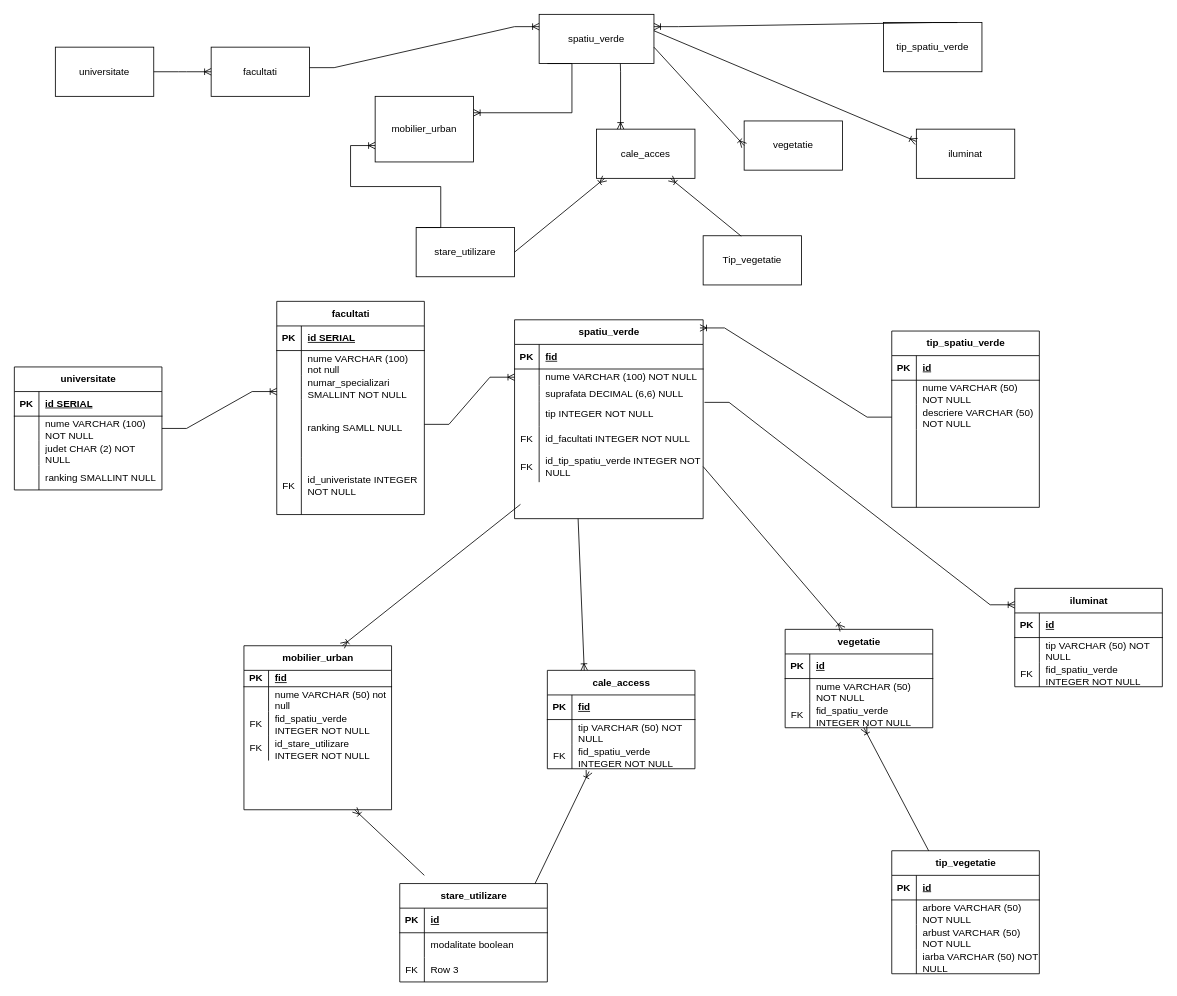
This is Diagramă fără titlu.drawio from andromeda1991/first_db_project, a draw.io file, before an edit. Source tidied: cells renumbered, new cells numbered last; positions are measured from the earlier drawing's top-left corner, leaving out a move shared by most shapes. Both pictures are drawn from the tidied source at 82%, with x=0, y=0 at pixel (14, 14).
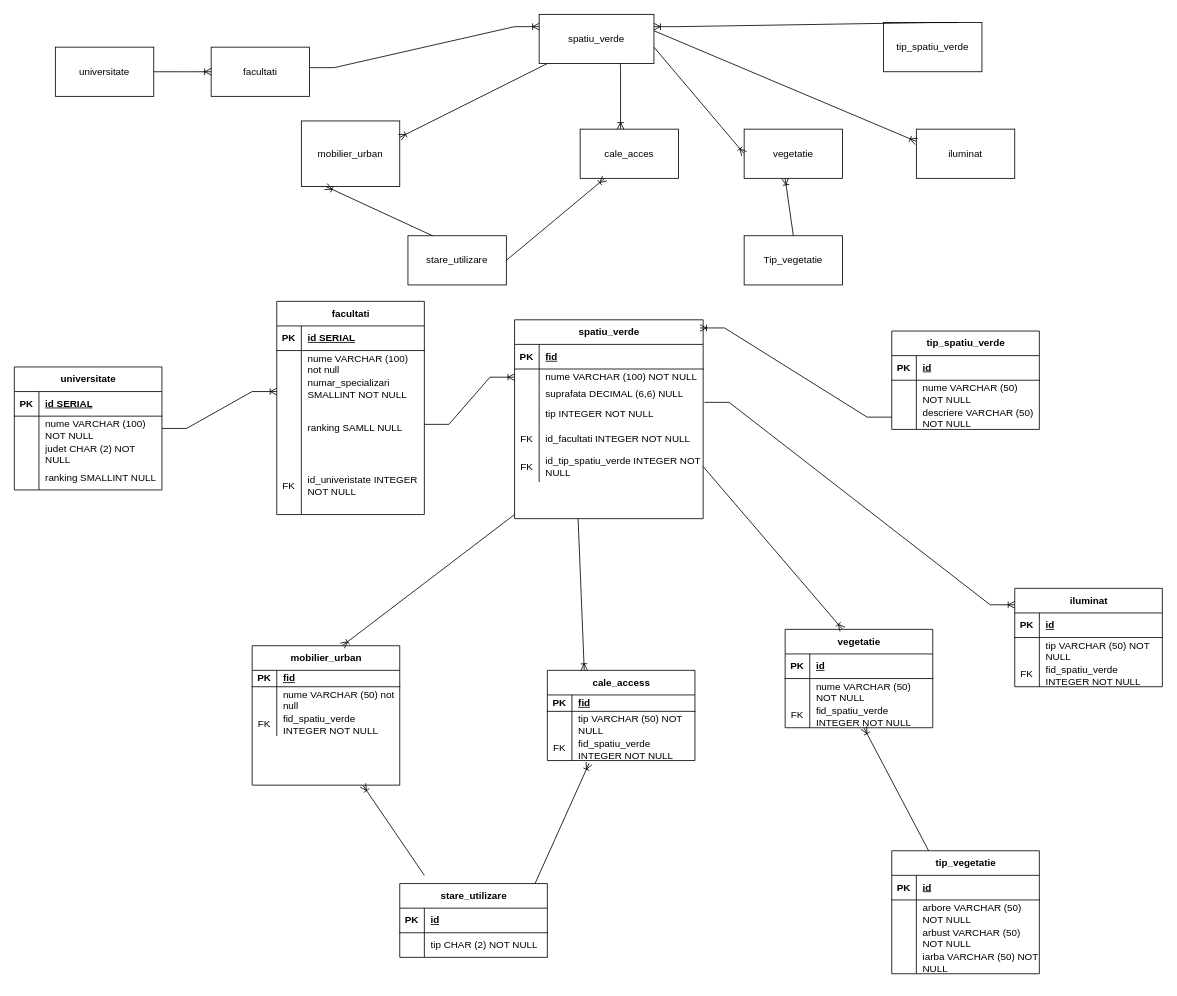
The same page after the edit.

The change refers to these unchanged cells:
```xml
<mxCell id="150" style="shape=tableRow;horizontal=0;startSize=0;swimlaneHead=0;swimlaneBody=0;fillColor=none;top=0;left=0;right=0;bottom=0;" parent="146" vertex="1">
  <mxGeometry y="60" width="180" height="30" as="geometry" />
</mxCell>
```

Change to the diagram source:
```diff
@@
     <mxCell id="3" value="Tip_vegetatie" style="rounded=0;whiteSpace=wrap;html=1;" parent="1" vertex="1">
-      <mxGeometry x="840" y="270" width="120" height="60" as="geometry" />
+      <mxGeometry x="890" y="270" width="120" height="60" as="geometry" />
     </mxCell>
@@
     <mxCell id="6" value="vegetatie" style="rounded=0;whiteSpace=wrap;html=1;" parent="1" vertex="1">
-      <mxGeometry x="890" y="130" width="120" height="60" as="geometry" />
+      <mxGeometry x="890" y="140" width="120" height="60" as="geometry" />
     </mxCell>
@@
+    <mxCell id="159" style="edgeStyle=orthogonalEdgeStyle;rounded=0;jettySize=auto;html=1;exitX=1;exitY=0.5;exitDx=0;exitDy=0;" parent="1" edge="1" source="8">
+      <mxGeometry relative="1" as="geometry">
+        <mxPoint x="800.3" y="170" as="targetPoint" />
+      </mxGeometry>
+    </mxCell>
     <mxCell id="8" value="cale_acces" style="rounded=0;whiteSpace=wrap;html=1;" parent="1" vertex="1">
-      <mxGeometry x="710" y="140" width="120" height="60" as="geometry" />
+      <mxGeometry x="690" y="140" width="120" height="60" as="geometry" />
     </mxCell>
     <mxCell id="9" value="mobilier_urban" style="rounded=0;whiteSpace=wrap;html=1;" parent="1" vertex="1">
-      <mxGeometry x="440" y="100" width="120" height="80" as="geometry" />
+      <mxGeometry x="350" y="130" width="120" height="80" as="geometry" />
     </mxCell>
     <mxCell id="10" value="stare_utilizare" style="rounded=0;whiteSpace=wrap;html=1;" parent="1" vertex="1">
-      <mxGeometry x="490" y="260" width="120" height="60" as="geometry" />
+      <mxGeometry x="480" y="270" width="120" height="60" as="geometry" />
     </mxCell>
@@
     <mxCell id="67" value="tip_spatiu_verde" style="shape=table;startSize=30;childLayout=tableLayout;rowLines=0;fontStyle=1;align=center;html=1;" parent="1" vertex="1">
-      <mxGeometry x="1070" y="386.2" width="180" height="215" as="geometry" />
+      <mxGeometry x="1070" y="386.2" width="180" height="120" as="geometry" />
     </mxCell>
@@
-    <mxCell id="77" style="shape=tableRow;horizontal=0;startSize=0;swimlaneHead=0;swimlaneBody=0;fillColor=none;top=0;left=0;right=0;bottom=0;" parent="67" vertex="1">
-      <mxGeometry y="120" width="180" height="95" as="geometry" />
-    </mxCell>
-    <mxCell id="78" style="shape=partialRectangle;fillColor=none;top=0;left=0;bottom=0;right=0;overflow=hidden;whiteSpace=wrap;html=1;" parent="77" vertex="1">
-      <mxGeometry width="30" height="95" as="geometry" />
-    </mxCell>
-    <mxCell id="79" style="shape=partialRectangle;fillColor=none;top=0;left=0;bottom=0;right=0;align=left;spacingLeft=6;overflow=hidden;whiteSpace=wrap;html=1;" parent="77" vertex="1">
-      <mxGeometry x="30" width="150" height="95" as="geometry" />
-    </mxCell>
@@
     <mxCell id="81" value="mobilier_urban" style="shape=table;startSize=30;childLayout=tableLayout;rowLines=0;fontStyle=1;align=center;html=1;" parent="1" vertex="1">
-      <mxGeometry x="280" y="770" width="180" height="200" as="geometry" />
+      <mxGeometry x="290" y="770" width="180" height="170" as="geometry" />
     </mxCell>
@@
-    <mxCell id="91" style="shape=tableRow;horizontal=0;startSize=0;swimlaneHead=0;swimlaneBody=0;fillColor=none;top=0;left=0;right=0;bottom=0;" parent="81" vertex="1">
-      <mxGeometry y="110" width="180" height="30" as="geometry" />
-    </mxCell>
-    <mxCell id="92" value="FK" style="shape=partialRectangle;fillColor=none;top=0;left=0;bottom=0;right=0;overflow=hidden;whiteSpace=wrap;html=1;" parent="91" vertex="1">
-      <mxGeometry width="30" height="30" as="geometry" />
-    </mxCell>
-    <mxCell id="93" value="id_stare_utilizare INTEGER NOT NULL" style="shape=partialRectangle;fillColor=none;top=0;left=0;bottom=0;right=0;align=left;spacingLeft=6;overflow=hidden;whiteSpace=wrap;html=1;" parent="91" vertex="1">
-      <mxGeometry x="30" width="150" height="30" as="geometry" />
-    </mxCell>
     <mxCell id="94" style="fontSize=12;html=1;endArrow=ERoneToMany;rounded=0;entryX=0.66;entryY=0.012;entryDx=0;entryDy=0;entryPerimeter=0;" parent="1" edge="1">
       <mxGeometry relative="1" as="geometry">
-        <mxPoint x="617.2" y="597.6" as="sourcePoint" />
+        <mxPoint x="610" y="610" as="sourcePoint" />
         <mxPoint x="400" y="770" as="targetPoint" />
       </mxGeometry>
     </mxCell>
     <mxCell id="95" value="cale_access" style="shape=table;startSize=30;childLayout=tableLayout;rowLines=0;fontStyle=1;align=center;html=1;" parent="1" vertex="1">
-      <mxGeometry x="650" y="800" width="180" height="120" as="geometry" />
+      <mxGeometry x="650" y="800" width="180" height="110" as="geometry" />
     </mxCell>
     <mxCell id="96" style="shape=tableRow;horizontal=0;startSize=0;swimlaneHead=0;swimlaneBody=0;fillColor=none;top=0;left=0;right=0;bottom=1;" parent="95" vertex="1">
-      <mxGeometry y="30" width="180" height="30" as="geometry" />
+      <mxGeometry y="30" width="180" height="20" as="geometry" />
     </mxCell>
     <mxCell id="97" value="PK" style="shape=partialRectangle;fillColor=none;top=0;left=0;bottom=0;right=0;fontStyle=1;overflow=hidden;whiteSpace=wrap;html=1;" parent="96" vertex="1">
-      <mxGeometry width="30" height="30" as="geometry" />
+      <mxGeometry width="30" height="20" as="geometry" />
     </mxCell>
     <mxCell id="98" value="fid" style="shape=partialRectangle;fillColor=none;top=0;left=0;bottom=0;right=0;align=left;spacingLeft=6;fontStyle=5;overflow=hidden;whiteSpace=wrap;html=1;" parent="96" vertex="1">
-      <mxGeometry x="30" width="150" height="30" as="geometry" />
+      <mxGeometry x="30" width="150" height="20" as="geometry" />
     </mxCell>
     <mxCell id="99" style="shape=tableRow;horizontal=0;startSize=0;swimlaneHead=0;swimlaneBody=0;fillColor=none;top=0;left=0;right=0;bottom=0;" parent="95" vertex="1">
-      <mxGeometry y="60" width="180" height="30" as="geometry" />
+      <mxGeometry y="50" width="180" height="30" as="geometry" />
     </mxCell>
@@
     <mxCell id="102" style="shape=tableRow;horizontal=0;startSize=0;swimlaneHead=0;swimlaneBody=0;fillColor=none;points=[[0,0.5],[1,0.5]];portConstraint=eastwest;top=0;left=0;right=0;bottom=0;" parent="95" vertex="1">
-      <mxGeometry y="90" width="180" height="30" as="geometry" />
+      <mxGeometry y="80" width="180" height="30" as="geometry" />
     </mxCell>
@@
-    <mxCell id="142" style="edgeStyle=entityRelationEdgeStyle;fontSize=12;html=1;endArrow=ERoneToMany;rounded=0;entryX=1;entryY=0.25;entryDx=0;entryDy=0;" parent="1" edge="1" target="9">
+    <mxCell id="142" style="fontSize=12;html=1;endArrow=ERoneToMany;rounded=0;entryX=1;entryY=0.25;entryDx=0;entryDy=0;" parent="1" edge="1" target="9">
       <mxGeometry relative="1" as="geometry">
         <mxPoint x="650" y="60" as="sourcePoint" />
-        <Array as="points">
-          <mxPoint x="670" y="90" />
-        </Array>
       </mxGeometry>
     </mxCell>
@@
-    <mxCell id="144" style="fontSize=12;html=1;endArrow=ERoneToMany;rounded=0;entryX=0.75;entryY=1;entryDx=0;entryDy=0;exitX=0.387;exitY=0.009;exitDx=0;exitDy=0;exitPerimeter=0;" parent="1" edge="1" source="3">
+    <mxCell id="144" style="fontSize=12;html=1;endArrow=ERoneToMany;rounded=0;exitX=0.5;exitY=0;exitDx=0;exitDy=0;" parent="1" edge="1" source="3">
       <mxGeometry relative="1" as="geometry">
-        <mxPoint x="800" y="200" as="targetPoint" />
+        <mxPoint x="940" y="200" as="targetPoint" />
       </mxGeometry>
     </mxCell>
-    <mxCell id="145" style="edgeStyle=entityRelationEdgeStyle;fontSize=12;html=1;endArrow=ERoneToMany;rounded=0;exitX=0;exitY=0;exitDx=0;exitDy=0;" parent="1" edge="1" source="10">
-      <mxGeometry relative="1" as="geometry">
-        <mxPoint x="440" y="160" as="targetPoint" />
-      </mxGeometry>
+    <mxCell id="145" style="fontSize=12;html=1;endArrow=ERoneToMany;rounded=0;exitX=0.25;exitY=0;exitDx=0;exitDy=0;entryX=0.25;entryY=1;entryDx=0;entryDy=0;" parent="1" edge="1" source="10" target="9">
+      <mxGeometry relative="1" as="geometry" />
     </mxCell>
     <mxCell id="146" value="stare_utilizare" style="shape=table;startSize=30;childLayout=tableLayout;rowLines=0;fontStyle=1;align=center;html=1;" parent="1" vertex="1">
-      <mxGeometry x="470" y="1060" width="180" height="120" as="geometry" />
+      <mxGeometry x="470" y="1060" width="180" height="90" as="geometry" />
     </mxCell>
@@
-    <mxCell id="152" value="modalitate boolean" style="shape=partialRectangle;fillColor=none;top=0;left=0;bottom=0;right=0;align=left;spacingLeft=6;overflow=hidden;whiteSpace=wrap;html=1;" parent="150" vertex="1">
+    <mxCell id="152" value="tip CHAR (2) NOT NULL" style="shape=partialRectangle;fillColor=none;top=0;left=0;bottom=0;right=0;align=left;spacingLeft=6;overflow=hidden;whiteSpace=wrap;html=1;" parent="150" vertex="1">
       <mxGeometry x="30" width="150" height="30" as="geometry" />
     </mxCell>
-    <mxCell id="153" style="shape=tableRow;horizontal=0;startSize=0;swimlaneHead=0;swimlaneBody=0;fillColor=none;top=0;left=0;right=0;bottom=0;" parent="146" vertex="1">
-      <mxGeometry y="90" width="180" height="30" as="geometry" />
-    </mxCell>
-    <mxCell id="154" value="FK" style="shape=partialRectangle;fillColor=none;top=0;left=0;bottom=0;right=0;overflow=hidden;whiteSpace=wrap;html=1;" parent="153" vertex="1">
-      <mxGeometry width="30" height="30" as="geometry" />
-    </mxCell>
-    <mxCell id="155" value="Row 3" style="shape=partialRectangle;fillColor=none;top=0;left=0;bottom=0;right=0;align=left;spacingLeft=6;overflow=hidden;whiteSpace=wrap;html=1;" parent="153" vertex="1">
-      <mxGeometry x="30" width="150" height="30" as="geometry" />
-    </mxCell>
```
